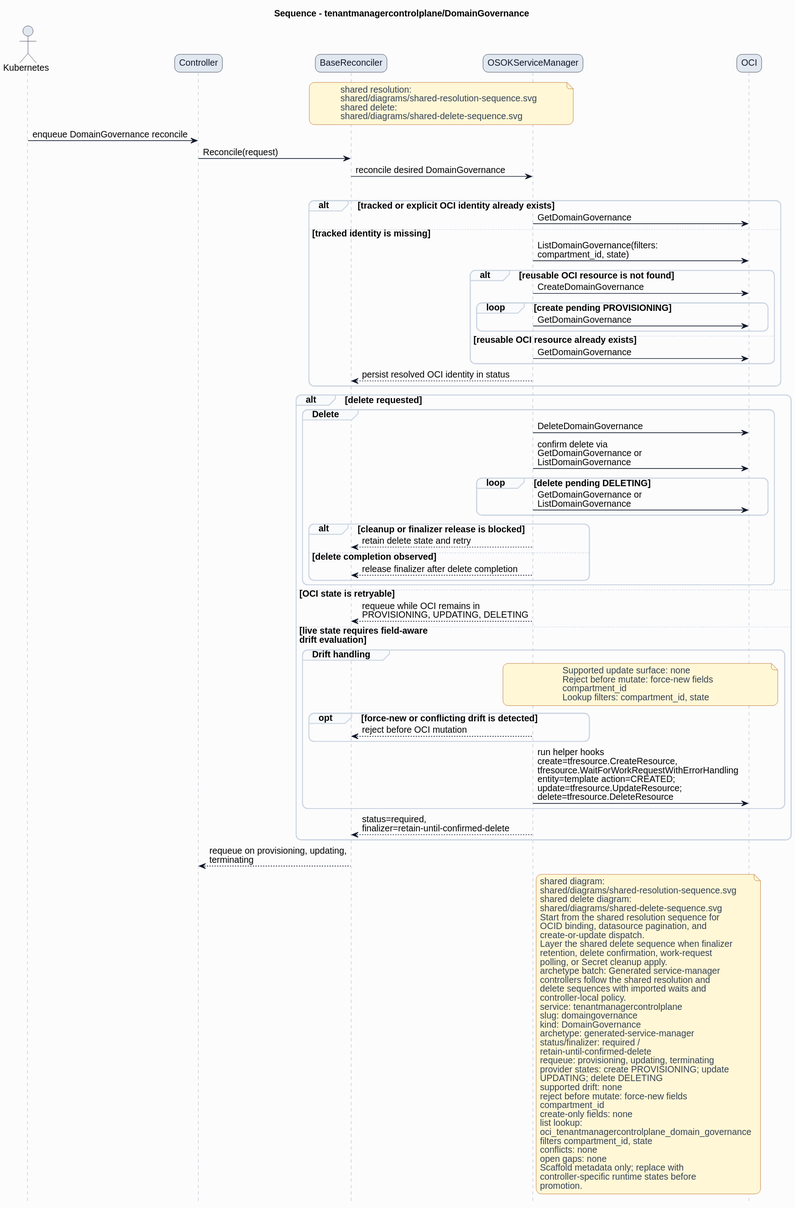
The PlantUML diagram formal/controllers/tenantmanagercontrolplane/domaingovernance/diagrams/sequence.svg in HaoyL666/oci-service-operator, before a commit.
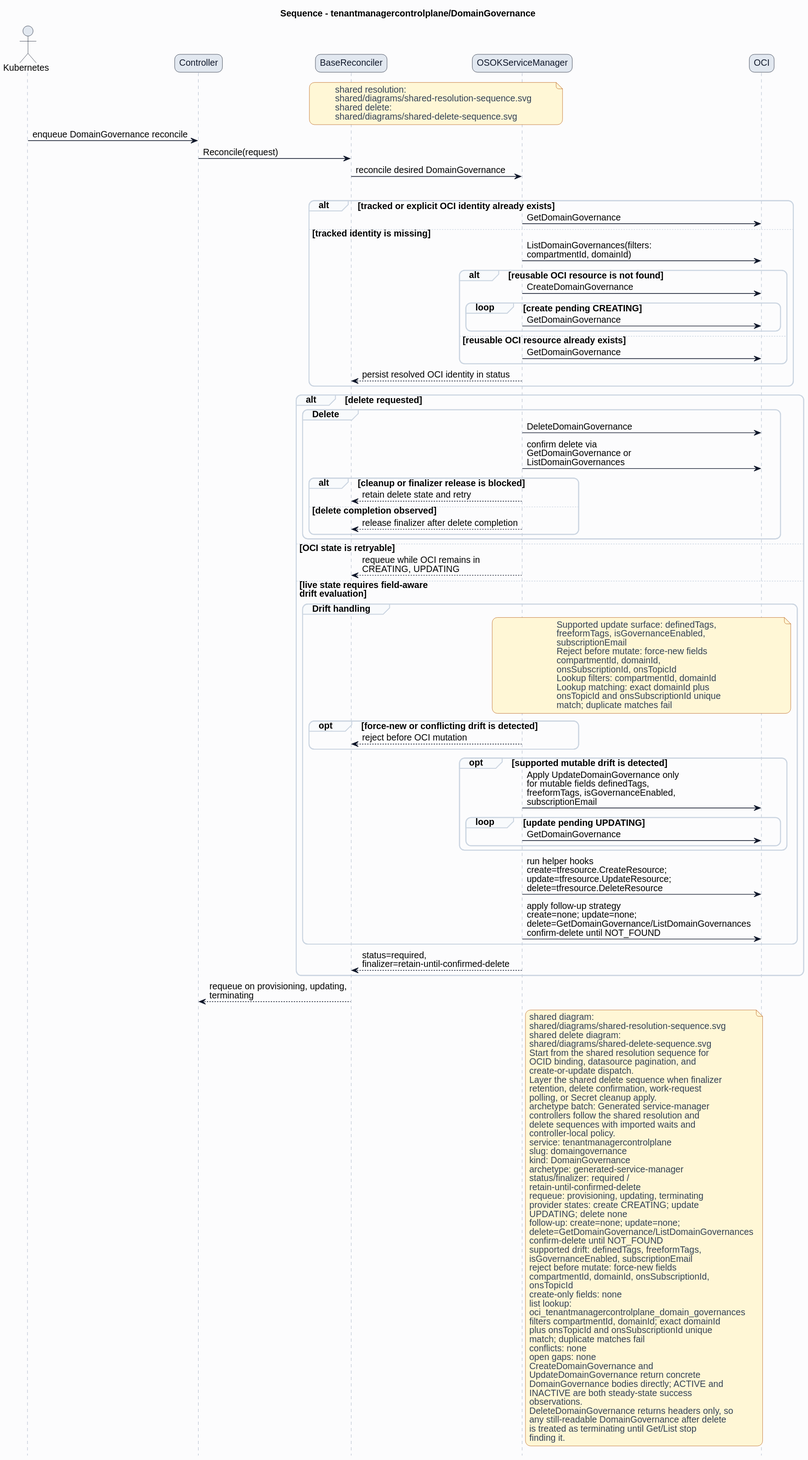
Above is the later version.

What changed in the source:
```diff
@@ -38,10 +38,10 @@
 alt tracked or explicit OCI identity already exists
 ServiceManager -> OCI: GetDomainGovernance
 else tracked identity is missing
-ServiceManager -> OCI: ListDomainGovernance(filters:\ncompartment_id, state)
+ServiceManager -> OCI: ListDomainGovernances(filters:\ncompartmentId, domainId)
 alt reusable OCI resource is not found
 ServiceManager -> OCI: CreateDomainGovernance
-loop create pending PROVISIONING
+loop create pending CREATING
 ServiceManager -> OCI: GetDomainGovernance
 end
 else reusable OCI resource already exists
@@ -52,10 +52,7 @@
 alt delete requested
 group Delete
 ServiceManager -> OCI: DeleteDomainGovernance
-ServiceManager -> OCI: confirm delete via\nGetDomainGovernance or\nListDomainGovernance
-loop delete pending DELETING
-ServiceManager -> OCI: GetDomainGovernance or\nListDomainGovernance
-end
+ServiceManager -> OCI: confirm delete via\nGetDomainGovernance or\nListDomainGovernances
 alt cleanup or finalizer release is blocked
 ServiceManager --> BaseReconciler: retain delete state and retry
 else delete completion observed
@@ -63,19 +60,32 @@
 end
 end
 else OCI state is retryable
-ServiceManager --> BaseReconciler: requeue while OCI remains in\nPROVISIONING, UPDATING, DELETING
+ServiceManager --> BaseReconciler: requeue while OCI remains in\nCREATING, UPDATING
 else live state requires field-aware\ndrift evaluation
 group Drift handling
 note over ServiceManager,OCI
-Supported update surface: none
+Supported update surface: definedTags,
+freeformTags, isGovernanceEnabled,
+subscriptionEmail
 Reject before mutate: force-new fields
-compartment_id
-Lookup filters: compartment_id, state
+compartmentId, domainId,
+onsSubscriptionId, onsTopicId
+Lookup filters: compartmentId, domainId
+Lookup matching: exact domainId plus
+onsTopicId and onsSubscriptionId unique
+match; duplicate matches fail
 end note
 opt force-new or conflicting drift is detected
 ServiceManager --> BaseReconciler: reject before OCI mutation
 end
-ServiceManager -> OCI: run helper hooks\ncreate=tfresource.CreateResource,\ntfresource.WaitForWorkRequestWithErrorHandling\nentity=template action=CREATED;\nupdate=tfresource.UpdateResource;\ndelete=tfresource.DeleteResource
+opt supported mutable drift is detected
+ServiceManager -> OCI: Apply UpdateDomainGovernance only\nfor mutable fields definedTags,\nfreeformTags, isGovernanceEnabled,\nsubscriptionEmail
+loop update pending UPDATING
+ServiceManager -> OCI: GetDomainGovernance
+end
+end
+ServiceManager -> OCI: run helper hooks\ncreate=tfresource.CreateResource;\nupdate=tfresource.UpdateResource;\ndelete=tfresource.DeleteResource
+ServiceManager -> OCI: apply follow-up strategy\ncreate=none; update=none;\ndelete=GetDomainGovernance/ListDomainGovernances\nconfirm-delete until NOT_FOUND
 end
 ServiceManager --> BaseReconciler: status=required,\nfinalizer=retain-until-confirmed-delete
 end
@@ -102,19 +112,32 @@
 status/finalizer: required /
 retain-until-confirmed-delete
 requeue: provisioning, updating, terminating
-provider states: create PROVISIONING; update
-UPDATING; delete DELETING
-supported drift: none
+provider states: create CREATING; update
+UPDATING; delete none
+follow-up: create=none; update=none;
+delete=GetDomainGovernance/ListDomainGovernances
+confirm-delete until NOT_FOUND
+supported drift: definedTags, freeformTags,
+isGovernanceEnabled, subscriptionEmail
 reject before mutate: force-new fields
-compartment_id
+compartmentId, domainId, onsSubscriptionId,
+onsTopicId
 create-only fields: none
 list lookup:
-oci_tenantmanagercontrolplane_domain_governance
-filters compartment_id, state
+oci_tenantmanagercontrolplane_domain_governances
+filters compartmentId, domainId; exact domainId
+plus onsTopicId and onsSubscriptionId unique
+match; duplicate matches fail
 conflicts: none
 open gaps: none
-Scaffold metadata only; replace with
-controller-specific runtime states before
-promotion.
+CreateDomainGovernance and
+UpdateDomainGovernance return concrete
+DomainGovernance bodies directly; ACTIVE and
+INACTIVE are both steady-state success
+observations.
+DeleteDomainGovernance returns headers only, so
+any still-readable DomainGovernance after delete
+is treated as terminating until Get/List stop
+finding it.
 end note
 @enduml
```
